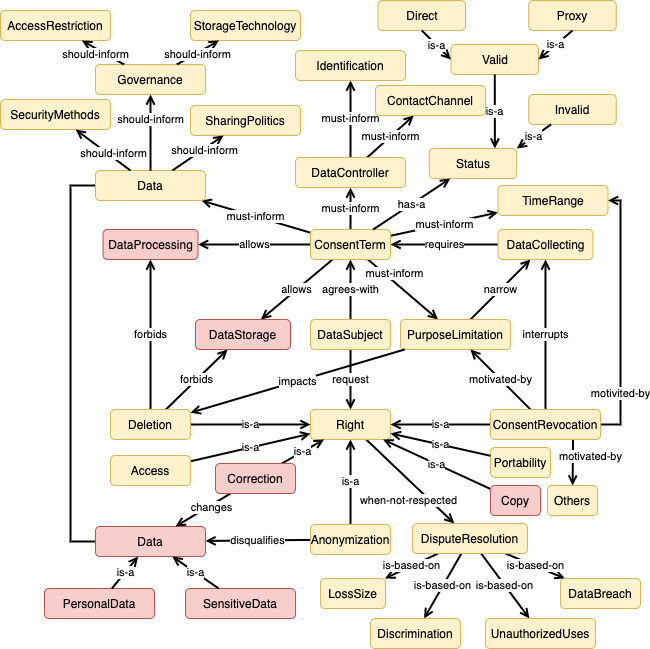
Above: img/DataCorrectionImpact.png in phalves/GoDReP (draw.io), before the change. Source tidied: cells renumbered, new cells last; positions are measured from the earlier drawing's top-left corner, leaving out a move shared by most shapes.
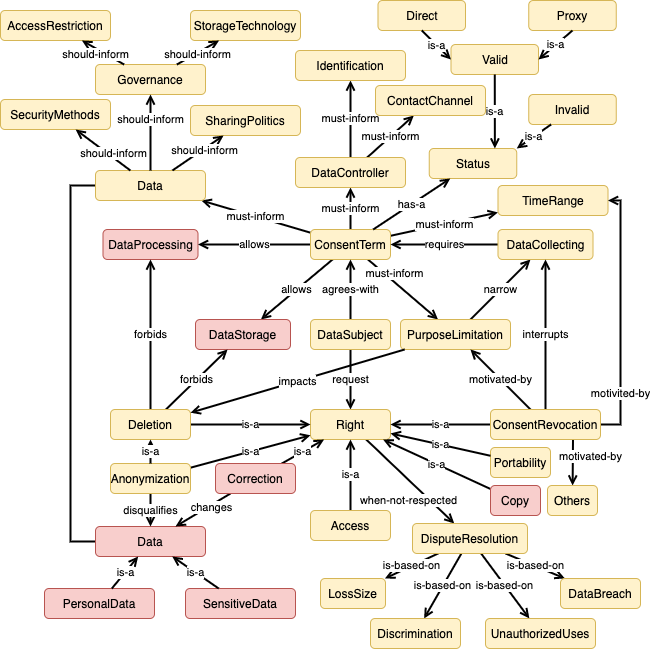
Above is the later version.

Diff of the diagram source:
```diff
@@ -121,7 +121,7 @@
       <mxGeometry relative="1" as="geometry" />
     </mxCell>
     <mxCell id="38" value="Anonymization" style="rounded=1;whiteSpace=wrap;html=1;fillColor=#fff2cc;strokeColor=#d6b656;" parent="1" vertex="1">
-      <mxGeometry x="310" y="524" width="80" height="30" as="geometry" />
+      <mxGeometry x="110" y="463" width="80" height="30" as="geometry" />
     </mxCell>
     <mxCell id="39" value="is-a" style="edgeStyle=none;rounded=0;jettySize=auto;html=1;endArrow=open;endFill=0;strokeWidth=2;" parent="1" edge="1" source="41" target="26">
       <mxGeometry relative="1" as="geometry" />
@@ -178,7 +178,7 @@
       <mxGeometry relative="1" as="geometry" />
     </mxCell>
     <mxCell id="57" value="Access" style="rounded=1;whiteSpace=wrap;html=1;fillColor=#fff2cc;strokeColor=#d6b656;" parent="1" vertex="1">
-      <mxGeometry x="110" y="455" width="80" height="30" as="geometry" />
+      <mxGeometry x="310" y="510" width="80" height="30" as="geometry" />
     </mxCell>
     <mxCell id="58" value="is-a" style="edgeStyle=none;rounded=0;jettySize=auto;html=1;endArrow=open;endFill=0;strokeWidth=2;" parent="1" edge="1" source="59" target="26">
       <mxGeometry relative="1" as="geometry" />
@@ -270,5 +270,8 @@
     <mxCell id="87" value="is-a" style="edgeStyle=none;rounded=0;jettySize=auto;html=1;endArrow=open;endFill=0;strokeWidth=2;exitX=0.5;exitY=1;exitDx=0;exitDy=0;entryX=1;entryY=0.5;entryDx=0;entryDy=0;" parent="1" edge="1" source="85" target="80">
       <mxGeometry relative="1" as="geometry" />
     </mxCell>
+    <mxCell id="88" value="is-a" style="edgeStyle=none;rounded=0;jettySize=auto;html=1;endArrow=open;endFill=0;strokeWidth=2;" parent="1" edge="1" source="38" target="45">
+      <mxGeometry relative="1" as="geometry" />
+    </mxCell>
   </root>
 </mxGraphModel>
```
